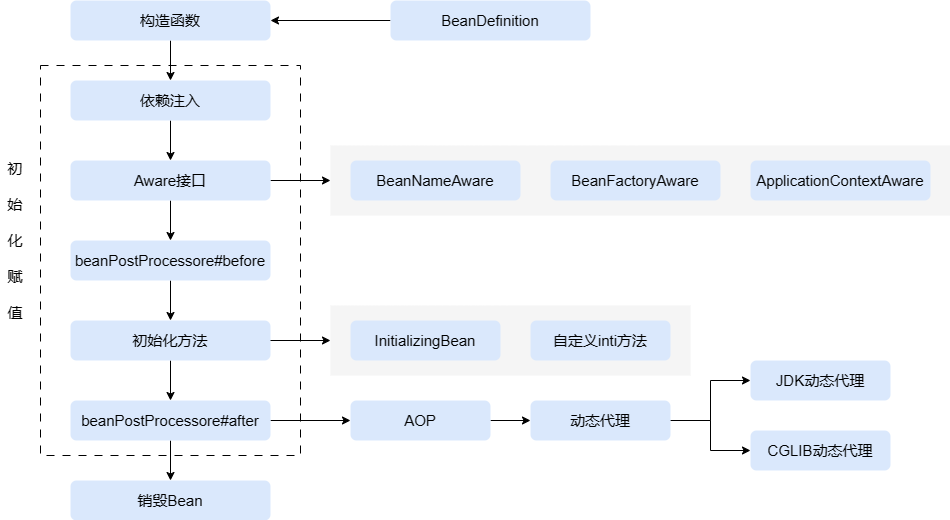
Above: drawio/SpringBean的生命周期.drawio.png in bamshoo/pic (draw.io), before the change. Source tidied: cells renumbered, new cells last; positions are measured from the earlier drawing's top-left corner, leaving out a move shared by most shapes. Source of this version:
```xml
<mxGraphModel>
  <root>
    <mxCell id="0" />
    <mxCell id="1" parent="0" />
    <mxCell id="2" style="rounded=0;whiteSpace=wrap;html=1;dashed=1;dashPattern=8 8;fillColor=none;" parent="1" vertex="1">
      <mxGeometry x="40" y="65" width="260" height="390" as="geometry" />
    </mxCell>
    <mxCell id="3" style="edgeStyle=orthogonalEdgeStyle;rounded=0;jettySize=auto;html=1;entryX=1;entryY=0.5;entryDx=0;entryDy=0;" parent="1" edge="1" source="4" target="6">
      <mxGeometry relative="1" as="geometry" />
    </mxCell>
    <mxCell id="4" value="&lt;font style=&quot;font-size: 15px;&quot;&gt;BeanDefinition&lt;/font&gt;" style="rounded=1;whiteSpace=wrap;html=1;fillColor=#dae8fc;strokeColor=none;dashed=1;dashPattern=1 4;" parent="1" vertex="1">
      <mxGeometry x="390" width="200" height="40" as="geometry" />
    </mxCell>
    <mxCell id="5" style="edgeStyle=orthogonalEdgeStyle;rounded=0;jettySize=auto;html=1;" parent="1" edge="1" source="6" target="8">
      <mxGeometry relative="1" as="geometry" />
    </mxCell>
    <mxCell id="6" value="&lt;font style=&quot;font-size: 15px;&quot;&gt;构造函数&lt;/font&gt;" style="rounded=1;whiteSpace=wrap;html=1;fillColor=#dae8fc;strokeColor=none;dashed=1;dashPattern=1 4;" parent="1" vertex="1">
      <mxGeometry x="70" width="200" height="40" as="geometry" />
    </mxCell>
    <mxCell id="7" style="edgeStyle=orthogonalEdgeStyle;rounded=0;jettySize=auto;html=1;" parent="1" edge="1" source="8" target="14">
      <mxGeometry relative="1" as="geometry" />
    </mxCell>
    <mxCell id="8" value="&lt;font style=&quot;font-size: 15px;&quot;&gt;依赖注入&lt;/font&gt;" style="rounded=1;whiteSpace=wrap;html=1;fillColor=#dae8fc;strokeColor=none;dashed=1;dashPattern=1 4;" parent="1" vertex="1">
      <mxGeometry x="70" y="80" width="200" height="40" as="geometry" />
    </mxCell>
    <mxCell id="9" style="edgeStyle=orthogonalEdgeStyle;rounded=0;jettySize=auto;html=1;entryX=0;entryY=0.5;entryDx=0;entryDy=0;" parent="1" edge="1" source="11" target="29">
      <mxGeometry relative="1" as="geometry" />
    </mxCell>
    <mxCell id="10" style="edgeStyle=orthogonalEdgeStyle;rounded=0;jettySize=auto;html=1;entryX=0.5;entryY=0;entryDx=0;entryDy=0;" parent="1" edge="1" source="11" target="35">
      <mxGeometry relative="1" as="geometry" />
    </mxCell>
    <mxCell id="11" value="&lt;font style=&quot;font-size: 15px;&quot;&gt;beanPostProcessore#after&lt;/font&gt;" style="rounded=1;whiteSpace=wrap;html=1;fillColor=#dae8fc;strokeColor=none;dashed=1;dashPattern=1 4;" parent="1" vertex="1">
      <mxGeometry x="70" y="400" width="200" height="40" as="geometry" />
    </mxCell>
    <mxCell id="12" style="edgeStyle=orthogonalEdgeStyle;rounded=0;jettySize=auto;html=1;" parent="1" edge="1" source="14" target="16">
      <mxGeometry relative="1" as="geometry" />
    </mxCell>
    <mxCell id="13" style="edgeStyle=orthogonalEdgeStyle;rounded=0;jettySize=auto;html=1;entryX=0;entryY=0.5;entryDx=0;entryDy=0;" parent="1" edge="1" source="14" target="20">
      <mxGeometry relative="1" as="geometry" />
    </mxCell>
    <mxCell id="14" value="&lt;font style=&quot;font-size: 15px;&quot;&gt;Aware接口&lt;/font&gt;" style="rounded=1;whiteSpace=wrap;html=1;fillColor=#dae8fc;strokeColor=none;dashed=1;dashPattern=1 4;" parent="1" vertex="1">
      <mxGeometry x="70" y="160" width="200" height="40" as="geometry" />
    </mxCell>
    <mxCell id="15" style="edgeStyle=orthogonalEdgeStyle;rounded=0;jettySize=auto;html=1;" parent="1" edge="1" source="16" target="19">
      <mxGeometry relative="1" as="geometry" />
    </mxCell>
    <mxCell id="16" value="&lt;font style=&quot;font-size: 15px;&quot;&gt;beanPostProcessore#before&lt;/font&gt;" style="rounded=1;whiteSpace=wrap;html=1;fillColor=#dae8fc;strokeColor=none;dashed=1;dashPattern=1 4;" parent="1" vertex="1">
      <mxGeometry x="70" y="240" width="200" height="40" as="geometry" />
    </mxCell>
    <mxCell id="17" style="edgeStyle=orthogonalEdgeStyle;rounded=0;jettySize=auto;html=1;" parent="1" edge="1" source="19" target="11">
      <mxGeometry relative="1" as="geometry" />
    </mxCell>
    <mxCell id="18" style="edgeStyle=orthogonalEdgeStyle;rounded=0;jettySize=auto;html=1;entryX=0;entryY=0.5;entryDx=0;entryDy=0;" parent="1" edge="1" source="19" target="24">
      <mxGeometry relative="1" as="geometry" />
    </mxCell>
    <mxCell id="19" value="&lt;font style=&quot;font-size: 15px;&quot;&gt;初始化方法&lt;/font&gt;" style="rounded=1;whiteSpace=wrap;html=1;fillColor=#dae8fc;strokeColor=none;dashed=1;dashPattern=1 4;" parent="1" vertex="1">
      <mxGeometry x="70" y="320" width="200" height="40" as="geometry" />
    </mxCell>
    <mxCell id="20" style="rounded=0;whiteSpace=wrap;html=1;fillColor=#f5f5f5;fontColor=#333333;strokeColor=none;" parent="1" vertex="1">
      <mxGeometry x="330" y="145" width="620" height="70" as="geometry" />
    </mxCell>
    <mxCell id="21" value="&lt;font style=&quot;font-size: 15px;&quot;&gt;BeanNameAware&lt;/font&gt;" style="rounded=1;whiteSpace=wrap;html=1;fillColor=#dae8fc;strokeColor=none;dashed=1;dashPattern=1 4;" parent="1" vertex="1">
      <mxGeometry x="350" y="160" width="170" height="40" as="geometry" />
    </mxCell>
    <mxCell id="22" value="&lt;font style=&quot;font-size: 15px;&quot;&gt;BeanFactoryAware&lt;/font&gt;" style="rounded=1;whiteSpace=wrap;html=1;fillColor=#dae8fc;strokeColor=none;dashed=1;dashPattern=1 4;" parent="1" vertex="1">
      <mxGeometry x="550" y="160" width="170" height="40" as="geometry" />
    </mxCell>
    <mxCell id="23" value="&lt;font style=&quot;font-size: 15px;&quot;&gt;ApplicationContextAware&lt;/font&gt;" style="rounded=1;whiteSpace=wrap;html=1;fillColor=#dae8fc;strokeColor=none;dashed=1;dashPattern=1 4;" parent="1" vertex="1">
      <mxGeometry x="750" y="160" width="180" height="40" as="geometry" />
    </mxCell>
    <mxCell id="24" style="rounded=0;whiteSpace=wrap;html=1;fillColor=#f5f5f5;fontColor=#333333;strokeColor=none;" parent="1" vertex="1">
      <mxGeometry x="330" y="305" width="360" height="70" as="geometry" />
    </mxCell>
    <mxCell id="25" value="&lt;font style=&quot;font-size: 15px;&quot;&gt;InitializingBean&lt;/font&gt;" style="rounded=1;whiteSpace=wrap;html=1;fillColor=#dae8fc;strokeColor=none;dashed=1;dashPattern=1 4;" parent="1" vertex="1">
      <mxGeometry x="350" y="320" width="150" height="40" as="geometry" />
    </mxCell>
    <mxCell id="26" value="&lt;span style=&quot;font-size: 15px;&quot;&gt;自定义inti方法&lt;/span&gt;" style="rounded=1;whiteSpace=wrap;html=1;fillColor=#dae8fc;strokeColor=none;dashed=1;dashPattern=1 4;" parent="1" vertex="1">
      <mxGeometry x="530" y="320" width="140" height="40" as="geometry" />
    </mxCell>
    <mxCell id="27" value="&lt;font style=&quot;font-size: 15px;&quot;&gt;初&lt;br&gt;&lt;br&gt;始&lt;br&gt;&lt;br&gt;化&lt;br&gt;&lt;br&gt;赋&lt;br&gt;&lt;br&gt;值&lt;/font&gt;" style="text;html=1;strokeColor=none;fillColor=none;align=center;verticalAlign=middle;whiteSpace=wrap;rounded=0;" parent="1" vertex="1">
      <mxGeometry y="120" width="30" height="240" as="geometry" />
    </mxCell>
    <mxCell id="28" style="edgeStyle=orthogonalEdgeStyle;rounded=0;jettySize=auto;html=1;entryX=0;entryY=0.5;entryDx=0;entryDy=0;" parent="1" edge="1" source="29" target="32">
      <mxGeometry relative="1" as="geometry" />
    </mxCell>
    <mxCell id="29" value="&lt;span style=&quot;font-size: 15px;&quot;&gt;AOP&lt;/span&gt;" style="rounded=1;whiteSpace=wrap;html=1;fillColor=#dae8fc;strokeColor=none;dashed=1;dashPattern=1 4;" parent="1" vertex="1">
      <mxGeometry x="350" y="400" width="140" height="40" as="geometry" />
    </mxCell>
    <mxCell id="30" style="edgeStyle=orthogonalEdgeStyle;rounded=0;jettySize=auto;html=1;entryX=0;entryY=0.5;entryDx=0;entryDy=0;" parent="1" edge="1" source="32" target="34">
      <mxGeometry relative="1" as="geometry" />
    </mxCell>
    <mxCell id="31" style="edgeStyle=orthogonalEdgeStyle;rounded=0;jettySize=auto;html=1;entryX=0;entryY=0.5;entryDx=0;entryDy=0;" parent="1" edge="1" source="32" target="33">
      <mxGeometry relative="1" as="geometry" />
    </mxCell>
    <mxCell id="32" value="&lt;span style=&quot;font-size: 15px;&quot;&gt;动态代理&lt;/span&gt;" style="rounded=1;whiteSpace=wrap;html=1;fillColor=#dae8fc;strokeColor=none;dashed=1;dashPattern=1 4;" parent="1" vertex="1">
      <mxGeometry x="530" y="400" width="140" height="40" as="geometry" />
    </mxCell>
    <mxCell id="33" value="&lt;span style=&quot;font-size: 15px;&quot;&gt;CGLIB动态代理&lt;/span&gt;" style="rounded=1;whiteSpace=wrap;html=1;fillColor=#dae8fc;strokeColor=none;dashed=1;dashPattern=1 4;" parent="1" vertex="1">
      <mxGeometry x="750" y="430" width="140" height="40" as="geometry" />
    </mxCell>
    <mxCell id="34" value="&lt;span style=&quot;font-size: 15px;&quot;&gt;JDK动态代理&lt;/span&gt;" style="rounded=1;whiteSpace=wrap;html=1;fillColor=#dae8fc;strokeColor=none;dashed=1;dashPattern=1 4;" parent="1" vertex="1">
      <mxGeometry x="750" y="360" width="140" height="40" as="geometry" />
    </mxCell>
    <mxCell id="35" value="&lt;font style=&quot;font-size: 15px;&quot;&gt;销毁Bean&lt;/font&gt;" style="rounded=1;whiteSpace=wrap;html=1;fillColor=#dae8fc;strokeColor=none;dashed=1;dashPattern=1 4;" parent="1" vertex="1">
      <mxGeometry x="70" y="480" width="200" height="40" as="geometry" />
    </mxCell>
  </root>
</mxGraphModel>
```
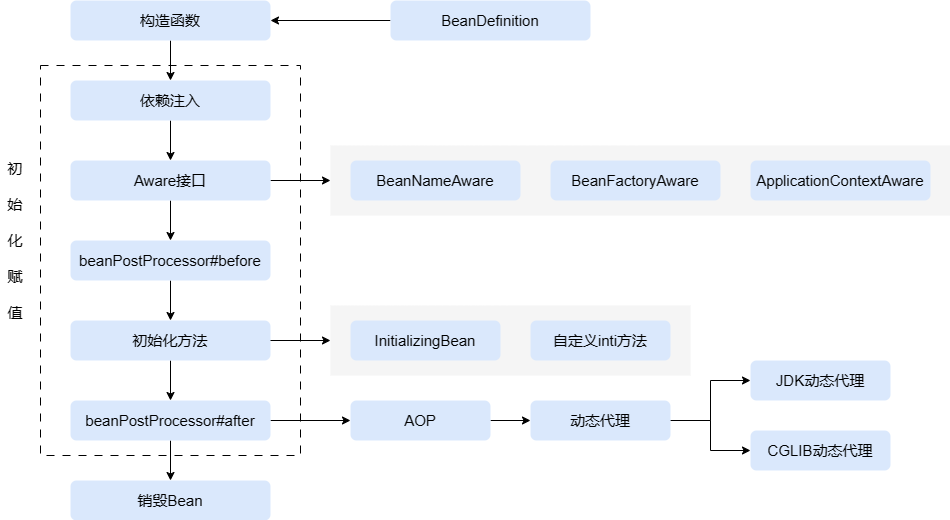
The same file after the commit.

Commit message:
更新SpringBean的生命周期.drawio.png

The edit, as a diff of the source:
```diff
@@ -29,7 +29,7 @@
     <mxCell id="10" style="edgeStyle=orthogonalEdgeStyle;rounded=0;jettySize=auto;html=1;entryX=0.5;entryY=0;entryDx=0;entryDy=0;" parent="1" edge="1" source="11" target="35">
       <mxGeometry relative="1" as="geometry" />
     </mxCell>
-    <mxCell id="11" value="&lt;font style=&quot;font-size: 15px;&quot;&gt;beanPostProcessore#after&lt;/font&gt;" style="rounded=1;whiteSpace=wrap;html=1;fillColor=#dae8fc;strokeColor=none;dashed=1;dashPattern=1 4;" parent="1" vertex="1">
+    <mxCell id="11" value="&lt;font style=&quot;font-size: 15px;&quot;&gt;beanPostProcessor#after&lt;/font&gt;" style="rounded=1;whiteSpace=wrap;html=1;fillColor=#dae8fc;strokeColor=none;dashed=1;dashPattern=1 4;" parent="1" vertex="1">
       <mxGeometry x="70" y="400" width="200" height="40" as="geometry" />
     </mxCell>
     <mxCell id="12" style="edgeStyle=orthogonalEdgeStyle;rounded=0;jettySize=auto;html=1;" parent="1" edge="1" source="14" target="16">
@@ -44,7 +44,7 @@
     <mxCell id="15" style="edgeStyle=orthogonalEdgeStyle;rounded=0;jettySize=auto;html=1;" parent="1" edge="1" source="16" target="19">
       <mxGeometry relative="1" as="geometry" />
     </mxCell>
-    <mxCell id="16" value="&lt;font style=&quot;font-size: 15px;&quot;&gt;beanPostProcessore#before&lt;/font&gt;" style="rounded=1;whiteSpace=wrap;html=1;fillColor=#dae8fc;strokeColor=none;dashed=1;dashPattern=1 4;" parent="1" vertex="1">
+    <mxCell id="16" value="&lt;font style=&quot;font-size: 15px;&quot;&gt;beanPostProcessor#before&lt;/font&gt;" style="rounded=1;whiteSpace=wrap;html=1;fillColor=#dae8fc;strokeColor=none;dashed=1;dashPattern=1 4;" parent="1" vertex="1">
       <mxGeometry x="70" y="240" width="200" height="40" as="geometry" />
     </mxCell>
     <mxCell id="17" style="edgeStyle=orthogonalEdgeStyle;rounded=0;jettySize=auto;html=1;" parent="1" edge="1" source="19" target="11">
```
